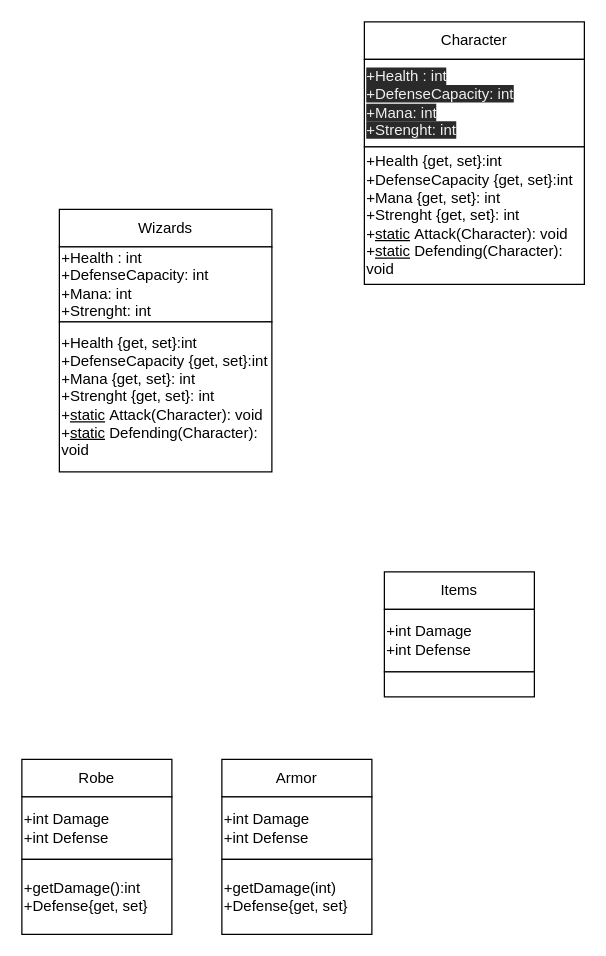
The draw.io diagram uml.drawio in MilagrosKucharski/RolePlay_23, before the edit. Source tidied: cells renumbered, new cells numbered last; positions are measured from the earlier drawing's top-left corner, leaving out a move shared by most shapes. Both pictures are drawn from the tidied source at 125%, with x=0, y=0 at pixel (21, 21).
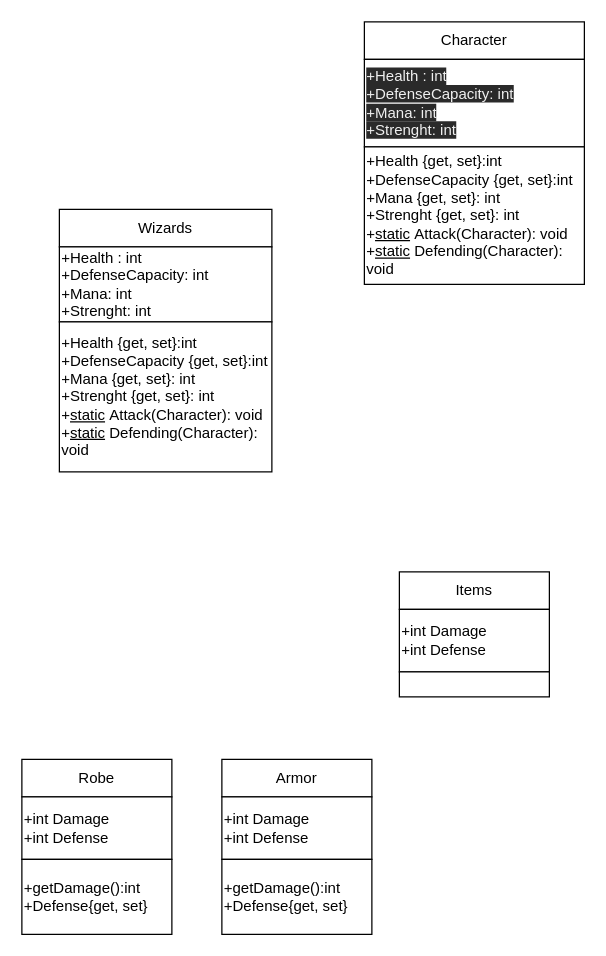
Above is the later version.

What changed in the source:
```diff
@@
     <mxCell id="6" value="Items" style="rounded=0;whiteSpace=wrap;html=1;" parent="1" vertex="1">
-      <mxGeometry x="290" y="440" width="120" height="30" as="geometry" />
+      <mxGeometry x="302" y="440" width="120" height="30" as="geometry" />
     </mxCell>
@@
     <mxCell id="8" value="+int Damage&lt;br&gt;+int Defense" style="rounded=0;whiteSpace=wrap;html=1;align=left;" parent="1" vertex="1">
-      <mxGeometry x="290" y="470" width="120" height="50" as="geometry" />
+      <mxGeometry x="302" y="470" width="120" height="50" as="geometry" />
     </mxCell>
     <mxCell id="9" style="rounded=0;whiteSpace=wrap;html=1;" parent="1" vertex="1">
-      <mxGeometry x="290" y="520" width="120" height="20" as="geometry" />
+      <mxGeometry x="302" y="520" width="120" height="20" as="geometry" />
     </mxCell>
@@
-    <mxCell id="17" value="+getDamage(int)&lt;br&gt;+Defense{get, set}" style="rounded=0;whiteSpace=wrap;html=1;align=left;" parent="1" vertex="1">
+    <mxCell id="17" value="+getDamage():int&lt;br&gt;+Defense{get, set}" style="rounded=0;whiteSpace=wrap;html=1;align=left;" parent="1" vertex="1">
       <mxGeometry x="160" y="670" width="120" height="60" as="geometry" />
     </mxCell>
```
